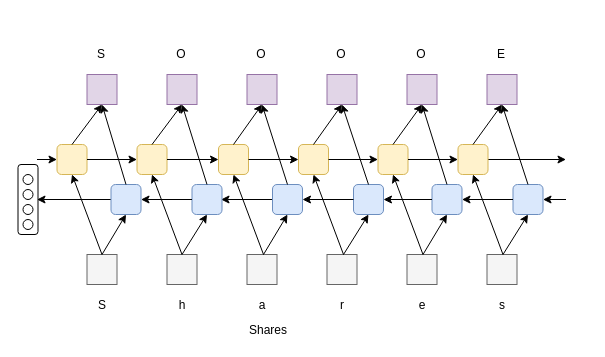
This is lstm-char.drawio from djher/test, a draw.io file, before an edit. Source tidied: cells renumbered, new cells numbered last; positions are measured from the earlier drawing's top-left corner, leaving out a move shared by most shapes. Both pictures are drawn from the tidied source at 100%, with x=0, y=0 at pixel (18, 44).
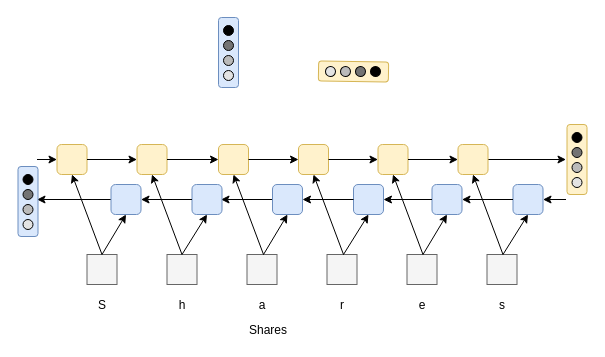
After the change.

Unchanged cells that the change refers to:
```xml
<mxCell id="10" style="rounded=1;whiteSpace=wrap;html=1;fillColor=#dae8fc;strokeColor=#6c8ebf;" parent="1" vertex="1">
  <mxGeometry x="92.5" y="140" width="30" height="30" as="geometry" />
</mxCell>
<mxCell id="12" style="rounded=1;whiteSpace=wrap;html=1;fillColor=#fff2cc;strokeColor=#d6b656;" parent="1" vertex="1">
  <mxGeometry x="38.5" y="100" width="30" height="30" as="geometry" />
</mxCell>
<mxCell id="17" style="rounded=1;whiteSpace=wrap;html=1;fillColor=#dae8fc;strokeColor=#6c8ebf;" parent="1" vertex="1">
  <mxGeometry x="173.5" y="140" width="30" height="30" as="geometry" />
</mxCell>
<mxCell id="19" style="rounded=1;whiteSpace=wrap;html=1;fillColor=#fff2cc;strokeColor=#d6b656;" parent="1" vertex="1">
  <mxGeometry x="118.5" y="100" width="30" height="30" as="geometry" />
</mxCell>
<mxCell id="23" style="rounded=1;whiteSpace=wrap;html=1;fillColor=#dae8fc;strokeColor=#6c8ebf;" parent="1" vertex="1">
  <mxGeometry x="254" y="140" width="30" height="30" as="geometry" />
</mxCell>
<mxCell id="24" style="rounded=1;whiteSpace=wrap;html=1;fillColor=#fff2cc;strokeColor=#d6b656;" parent="1" vertex="1">
  <mxGeometry x="200" y="100" width="30" height="30" as="geometry" />
</mxCell>
<mxCell id="28" style="rounded=1;whiteSpace=wrap;html=1;fillColor=#dae8fc;strokeColor=#6c8ebf;" parent="1" vertex="1">
  <mxGeometry x="335" y="140" width="30" height="30" as="geometry" />
</mxCell>
<mxCell id="30" style="rounded=1;whiteSpace=wrap;html=1;fillColor=#fff2cc;strokeColor=#d6b656;" parent="1" vertex="1">
  <mxGeometry x="280" y="100" width="30" height="30" as="geometry" />
</mxCell>
<mxCell id="34" style="rounded=1;whiteSpace=wrap;html=1;fillColor=#dae8fc;strokeColor=#6c8ebf;" parent="1" vertex="1">
  <mxGeometry x="413.5" y="140" width="30" height="30" as="geometry" />
</mxCell>
<mxCell id="36" style="rounded=1;whiteSpace=wrap;html=1;fillColor=#fff2cc;strokeColor=#d6b656;" parent="1" vertex="1">
  <mxGeometry x="359.5" y="100" width="30" height="30" as="geometry" />
</mxCell>
<mxCell id="41" style="rounded=1;whiteSpace=wrap;html=1;fillColor=#dae8fc;strokeColor=#6c8ebf;" parent="1" vertex="1">
  <mxGeometry x="494.5" y="140" width="30" height="30" as="geometry" />
</mxCell>
<mxCell id="44" style="rounded=1;whiteSpace=wrap;html=1;fillColor=#fff2cc;strokeColor=#d6b656;" parent="1" vertex="1">
  <mxGeometry x="439.5" y="100" width="30" height="30" as="geometry" />
</mxCell>
```

Change to the diagram source:
```diff
@@
-    <mxCell id="53" style="whiteSpace=wrap;html=1;fillColor=#e1d5e7;strokeColor=#9673a6;" parent="1" vertex="1">
-      <mxGeometry x="68.5" y="30" width="30" height="30" as="geometry" />
-    </mxCell>
-    <mxCell id="54" style="edgeStyle=none;rounded=0;jettySize=auto;html=1;exitX=0.5;exitY=0;exitDx=0;exitDy=0;startArrow=none;startFill=0;endArrow=classic;endFill=1;entryX=0.5;entryY=1;entryDx=0;entryDy=0;" parent="1" edge="1" source="10" target="53">
-      <mxGeometry relative="1" as="geometry" />
-    </mxCell>
-    <mxCell id="55" style="edgeStyle=none;rounded=0;jettySize=auto;html=1;exitX=0.5;exitY=0;exitDx=0;exitDy=0;entryX=0.5;entryY=1;entryDx=0;entryDy=0;startArrow=none;startFill=0;endArrow=classic;endFill=1;" parent="1" edge="1" source="12" target="53">
-      <mxGeometry relative="1" as="geometry" />
-    </mxCell>
-    <mxCell id="56" style="whiteSpace=wrap;html=1;fillColor=#e1d5e7;strokeColor=#9673a6;" parent="1" vertex="1">
-      <mxGeometry x="148.5" y="30" width="30" height="30" as="geometry" />
-    </mxCell>
-    <mxCell id="57" style="edgeStyle=none;rounded=0;jettySize=auto;html=1;exitX=0.5;exitY=0;exitDx=0;exitDy=0;startArrow=none;startFill=0;endArrow=classic;endFill=1;entryX=0.5;entryY=1;entryDx=0;entryDy=0;" parent="1" edge="1" source="17" target="56">
-      <mxGeometry relative="1" as="geometry" />
-    </mxCell>
-    <mxCell id="58" style="edgeStyle=none;rounded=0;jettySize=auto;html=1;exitX=0.5;exitY=0;exitDx=0;exitDy=0;entryX=0.5;entryY=1;entryDx=0;entryDy=0;startArrow=none;startFill=0;endArrow=classic;endFill=1;" parent="1" edge="1" source="19" target="56">
-      <mxGeometry relative="1" as="geometry" />
-    </mxCell>
-    <mxCell id="59" style="whiteSpace=wrap;html=1;fillColor=#e1d5e7;strokeColor=#9673a6;" parent="1" vertex="1">
-      <mxGeometry x="228.5" y="30" width="30" height="30" as="geometry" />
-    </mxCell>
-    <mxCell id="60" style="edgeStyle=none;rounded=0;jettySize=auto;html=1;exitX=0.5;exitY=0;exitDx=0;exitDy=0;entryX=0.5;entryY=1;entryDx=0;entryDy=0;startArrow=none;startFill=0;endArrow=classic;endFill=1;" parent="1" edge="1" source="23" target="59">
-      <mxGeometry relative="1" as="geometry" />
-    </mxCell>
-    <mxCell id="61" style="edgeStyle=none;rounded=0;jettySize=auto;html=1;exitX=0.5;exitY=0;exitDx=0;exitDy=0;entryX=0.5;entryY=1;entryDx=0;entryDy=0;startArrow=none;startFill=0;endArrow=classic;endFill=1;" parent="1" edge="1" source="24" target="59">
-      <mxGeometry relative="1" as="geometry" />
-    </mxCell>
-    <mxCell id="62" style="whiteSpace=wrap;html=1;fillColor=#e1d5e7;strokeColor=#9673a6;" parent="1" vertex="1">
-      <mxGeometry x="308.5" y="30" width="30" height="30" as="geometry" />
-    </mxCell>
-    <mxCell id="63" style="edgeStyle=none;rounded=0;jettySize=auto;html=1;exitX=0.5;exitY=0;exitDx=0;exitDy=0;startArrow=none;startFill=0;endArrow=classic;endFill=1;entryX=0.5;entryY=1;entryDx=0;entryDy=0;" parent="1" edge="1" source="28" target="62">
-      <mxGeometry relative="1" as="geometry" />
-    </mxCell>
-    <mxCell id="64" style="edgeStyle=none;rounded=0;jettySize=auto;html=1;exitX=0.5;exitY=0;exitDx=0;exitDy=0;entryX=0.5;entryY=1;entryDx=0;entryDy=0;startArrow=none;startFill=0;endArrow=classic;endFill=1;" parent="1" edge="1" source="30" target="62">
-      <mxGeometry relative="1" as="geometry" />
-    </mxCell>
-    <mxCell id="65" style="whiteSpace=wrap;html=1;fillColor=#e1d5e7;strokeColor=#9673a6;" parent="1" vertex="1">
-      <mxGeometry x="388.5" y="30" width="30" height="30" as="geometry" />
-    </mxCell>
-    <mxCell id="66" style="edgeStyle=none;rounded=0;jettySize=auto;html=1;exitX=0.5;exitY=0;exitDx=0;exitDy=0;entryX=0.5;entryY=1;entryDx=0;entryDy=0;startArrow=none;startFill=0;endArrow=classic;endFill=1;" parent="1" edge="1" source="34" target="65">
-      <mxGeometry relative="1" as="geometry" />
-    </mxCell>
-    <mxCell id="67" style="edgeStyle=none;rounded=0;jettySize=auto;html=1;exitX=0.5;exitY=0;exitDx=0;exitDy=0;entryX=0.5;entryY=1;entryDx=0;entryDy=0;startArrow=none;startFill=0;endArrow=classic;endFill=1;" parent="1" edge="1" source="36" target="65">
-      <mxGeometry relative="1" as="geometry" />
-    </mxCell>
-    <mxCell id="68" style="whiteSpace=wrap;html=1;fillColor=#e1d5e7;strokeColor=#9673a6;" parent="1" vertex="1">
-      <mxGeometry x="468.5" y="30" width="30" height="30" as="geometry" />
-    </mxCell>
-    <mxCell id="69" style="edgeStyle=none;rounded=0;jettySize=auto;html=1;exitX=0.5;exitY=0;exitDx=0;exitDy=0;entryX=0.5;entryY=1;entryDx=0;entryDy=0;startArrow=none;startFill=0;endArrow=classic;endFill=1;" parent="1" edge="1" source="41" target="68">
-      <mxGeometry relative="1" as="geometry" />
-    </mxCell>
-    <mxCell id="70" value="S" style="text;html=1;strokeColor=none;fillColor=none;align=center;verticalAlign=middle;whiteSpace=wrap;rounded=0;" parent="1" vertex="1">
-      <mxGeometry x="62.5" width="40" height="20" as="geometry" />
-    </mxCell>
-    <mxCell id="71" value="O" style="text;html=1;strokeColor=none;fillColor=none;align=center;verticalAlign=middle;whiteSpace=wrap;rounded=0;" parent="1" vertex="1">
-      <mxGeometry x="142.5" width="40" height="20" as="geometry" />
-    </mxCell>
-    <mxCell id="72" value="O" style="text;html=1;strokeColor=none;fillColor=none;align=center;verticalAlign=middle;whiteSpace=wrap;rounded=0;" parent="1" vertex="1">
-      <mxGeometry x="222.5" width="40" height="20" as="geometry" />
-    </mxCell>
-    <mxCell id="73" value="O" style="text;html=1;strokeColor=none;fillColor=none;align=center;verticalAlign=middle;whiteSpace=wrap;rounded=0;" parent="1" vertex="1">
-      <mxGeometry x="302.5" width="40" height="20" as="geometry" />
-    </mxCell>
-    <mxCell id="74" value="O" style="text;html=1;strokeColor=none;fillColor=none;align=center;verticalAlign=middle;whiteSpace=wrap;rounded=0;" parent="1" vertex="1">
-      <mxGeometry x="382.5" width="40" height="20" as="geometry" />
-    </mxCell>
-    <mxCell id="75" value="E" style="text;html=1;strokeColor=none;fillColor=none;align=center;verticalAlign=middle;whiteSpace=wrap;rounded=0;" parent="1" vertex="1">
-      <mxGeometry x="462.5" width="40" height="20" as="geometry" />
-    </mxCell>
-    <mxCell id="76" style="edgeStyle=none;rounded=0;jettySize=auto;html=1;exitX=0.5;exitY=0;exitDx=0;exitDy=0;entryX=0.5;entryY=1;entryDx=0;entryDy=0;startArrow=none;startFill=0;endArrow=classic;endFill=1;" parent="1" edge="1" source="44" target="68">
-      <mxGeometry relative="1" as="geometry" />
-    </mxCell>
+    <mxCell id="82" style="group;" parent="1" vertex="1">
+      <mxGeometry x="549.5" y="80" width="20" height="70" as="geometry" />
+    </mxCell>
+    <mxCell id="83" style="group;" parent="82" vertex="1">
+      <mxGeometry width="20" height="70" as="geometry" />
+    </mxCell>
+    <mxCell id="84" style="group;" parent="83" vertex="1">
+      <mxGeometry width="20" height="70" as="geometry" />
+    </mxCell>
+    <mxCell id="85" style="group;" parent="84" vertex="1">
+      <mxGeometry width="20" height="70" as="geometry" />
+    </mxCell>
+    <mxCell id="86" style="rounded=1;whiteSpace=wrap;html=1;strokeColor=#d6b656;fillColor=#fff2cc;" parent="85" vertex="1">
+      <mxGeometry x="-1" width="20" height="70" as="geometry" />
+    </mxCell>
+    <mxCell id="87" style="ellipse;whiteSpace=wrap;html=1;strokeColor=#000000;fillColor=#000000;" parent="85" vertex="1">
+      <mxGeometry x="4" y="8" width="10" height="10" as="geometry" />
+    </mxCell>
+    <mxCell id="88" style="ellipse;whiteSpace=wrap;html=1;fillColor=#737373;" parent="85" vertex="1">
+      <mxGeometry x="4" y="23" width="10" height="10" as="geometry" />
+    </mxCell>
+    <mxCell id="89" style="ellipse;whiteSpace=wrap;html=1;fillColor=#BABABA;" parent="85" vertex="1">
+      <mxGeometry x="4" y="38" width="10" height="10" as="geometry" />
+    </mxCell>
+    <mxCell id="90" style="ellipse;whiteSpace=wrap;html=1;fillColor=#E3E3E3;" parent="85" vertex="1">
+      <mxGeometry x="4" y="53" width="10" height="10" as="geometry" />
+    </mxCell>
+    <mxCell id="91" style="group;rotation=91;" parent="1" vertex="1">
+      <mxGeometry x="325" y="-7" width="20" height="70" as="geometry" />
+    </mxCell>
+    <mxCell id="92" style="group;rotation=91;" parent="91" vertex="1">
+      <mxGeometry width="20" height="70" as="geometry" />
+    </mxCell>
+    <mxCell id="93" style="group;rotation=91;" parent="92" vertex="1">
+      <mxGeometry width="20" height="70" as="geometry" />
+    </mxCell>
+    <mxCell id="94" style="group;rotation=91;" parent="93" vertex="1">
+      <mxGeometry width="20" height="70" as="geometry" />
+    </mxCell>
+    <mxCell id="95" style="rounded=1;whiteSpace=wrap;html=1;strokeColor=#d6b656;fillColor=#fff2cc;rotation=91;" parent="94" vertex="1">
+      <mxGeometry y="-1" width="20" height="70" as="geometry" />
+    </mxCell>
+    <mxCell id="96" style="ellipse;whiteSpace=wrap;html=1;strokeColor=#000000;fillColor=#000000;rotation=91;" parent="94" vertex="1">
+      <mxGeometry x="27" y="29" width="10" height="10" as="geometry" />
+    </mxCell>
+    <mxCell id="97" style="ellipse;whiteSpace=wrap;html=1;fillColor=#737373;rotation=91;" parent="94" vertex="1">
+      <mxGeometry x="12" y="29" width="10" height="10" as="geometry" />
+    </mxCell>
+    <mxCell id="98" style="ellipse;whiteSpace=wrap;html=1;fillColor=#BABABA;rotation=91;" parent="94" vertex="1">
+      <mxGeometry x="-3" y="29" width="10" height="10" as="geometry" />
+    </mxCell>
+    <mxCell id="99" style="ellipse;whiteSpace=wrap;html=1;fillColor=#E3E3E3;rotation=91;" parent="94" vertex="1">
+      <mxGeometry x="-18" y="29" width="10" height="10" as="geometry" />
+    </mxCell>
+    <mxCell id="100" style="group;" parent="1" vertex="1">
+      <mxGeometry x="-0.5" y="122" width="20" height="70" as="geometry" />
+    </mxCell>
-    <mxCell id="77" style="rounded=1;whiteSpace=wrap;html=1;" parent="1" vertex="1">
-      <mxGeometry x="-0.5" y="120" width="20" height="70" as="geometry" />
+    <mxCell id="77" style="rounded=1;whiteSpace=wrap;html=1;strokeColor=#6c8ebf;fillColor=#dae8fc;" parent="100" vertex="1">
+      <mxGeometry width="20" height="70" as="geometry" />
     </mxCell>
-    <mxCell id="78" style="ellipse;whiteSpace=wrap;html=1;" parent="1" vertex="1">
-      <mxGeometry x="4.5" y="130" width="10" height="10" as="geometry" />
+    <mxCell id="78" style="ellipse;whiteSpace=wrap;html=1;strokeColor=#000000;fillColor=#000000;" parent="100" vertex="1">
+      <mxGeometry x="5" y="8" width="10" height="10" as="geometry" />
     </mxCell>
-    <mxCell id="79" style="ellipse;whiteSpace=wrap;html=1;" parent="1" vertex="1">
-      <mxGeometry x="4.5" y="145" width="10" height="10" as="geometry" />
+    <mxCell id="79" style="ellipse;whiteSpace=wrap;html=1;fillColor=#737373;" parent="100" vertex="1">
+      <mxGeometry x="5" y="23" width="10" height="10" as="geometry" />
     </mxCell>
-    <mxCell id="80" style="ellipse;whiteSpace=wrap;html=1;" parent="1" vertex="1">
-      <mxGeometry x="4.5" y="160" width="10" height="10" as="geometry" />
+    <mxCell id="80" style="ellipse;whiteSpace=wrap;html=1;fillColor=#BABABA;" parent="100" vertex="1">
+      <mxGeometry x="5" y="38" width="10" height="10" as="geometry" />
     </mxCell>
-    <mxCell id="81" style="ellipse;whiteSpace=wrap;html=1;" parent="1" vertex="1">
-      <mxGeometry x="4.5" y="175" width="10" height="10" as="geometry" />
+    <mxCell id="81" style="ellipse;whiteSpace=wrap;html=1;fillColor=#E3E3E3;" parent="100" vertex="1">
+      <mxGeometry x="5" y="53" width="10" height="10" as="geometry" />
     </mxCell>
+    <mxCell id="101" style="group;" parent="1" vertex="1">
+      <mxGeometry x="200" y="-27" width="20" height="70" as="geometry" />
+    </mxCell>
+    <mxCell id="102" style="group;" parent="101" vertex="1">
+      <mxGeometry width="20" height="70" as="geometry" />
+    </mxCell>
+    <mxCell id="103" style="group;" parent="102" vertex="1">
+      <mxGeometry width="20" height="70" as="geometry" />
+    </mxCell>
+    <mxCell id="104" style="rounded=1;whiteSpace=wrap;html=1;strokeColor=#6c8ebf;fillColor=#dae8fc;" parent="103" vertex="1">
+      <mxGeometry width="20" height="70" as="geometry" />
+    </mxCell>
+    <mxCell id="105" style="ellipse;whiteSpace=wrap;html=1;strokeColor=#000000;fillColor=#000000;" parent="103" vertex="1">
+      <mxGeometry x="5" y="8" width="10" height="10" as="geometry" />
+    </mxCell>
+    <mxCell id="106" style="ellipse;whiteSpace=wrap;html=1;fillColor=#737373;" parent="103" vertex="1">
+      <mxGeometry x="5" y="23" width="10" height="10" as="geometry" />
+    </mxCell>
+    <mxCell id="107" style="ellipse;whiteSpace=wrap;html=1;fillColor=#BABABA;" parent="103" vertex="1">
+      <mxGeometry x="5" y="38" width="10" height="10" as="geometry" />
+    </mxCell>
+    <mxCell id="108" style="ellipse;whiteSpace=wrap;html=1;fillColor=#E3E3E3;" parent="103" vertex="1">
+      <mxGeometry x="5" y="53" width="10" height="10" as="geometry" />
+    </mxCell>
```
